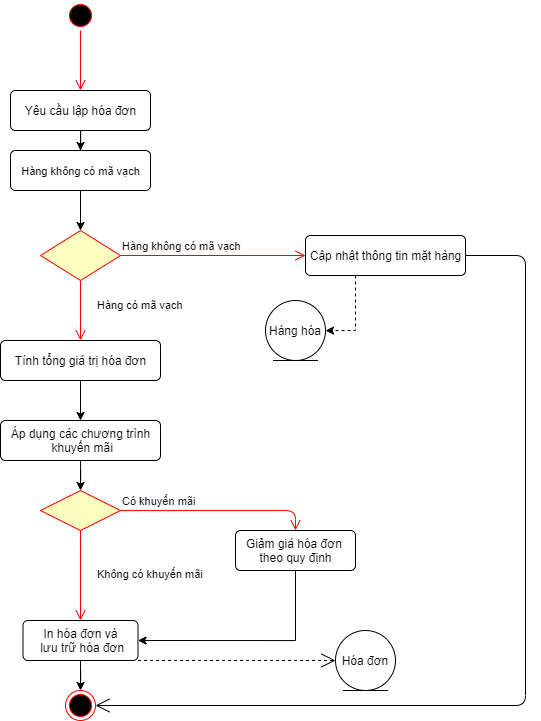
Above: Diagram/Activity/QL_HoaDon.png in TccKaiCi/PTTK_CuaHangGiay (draw.io), before the change. Source tidied: cells renumbered, new cells last; positions are measured from the earlier drawing's top-left corner, leaving out a move shared by most shapes.
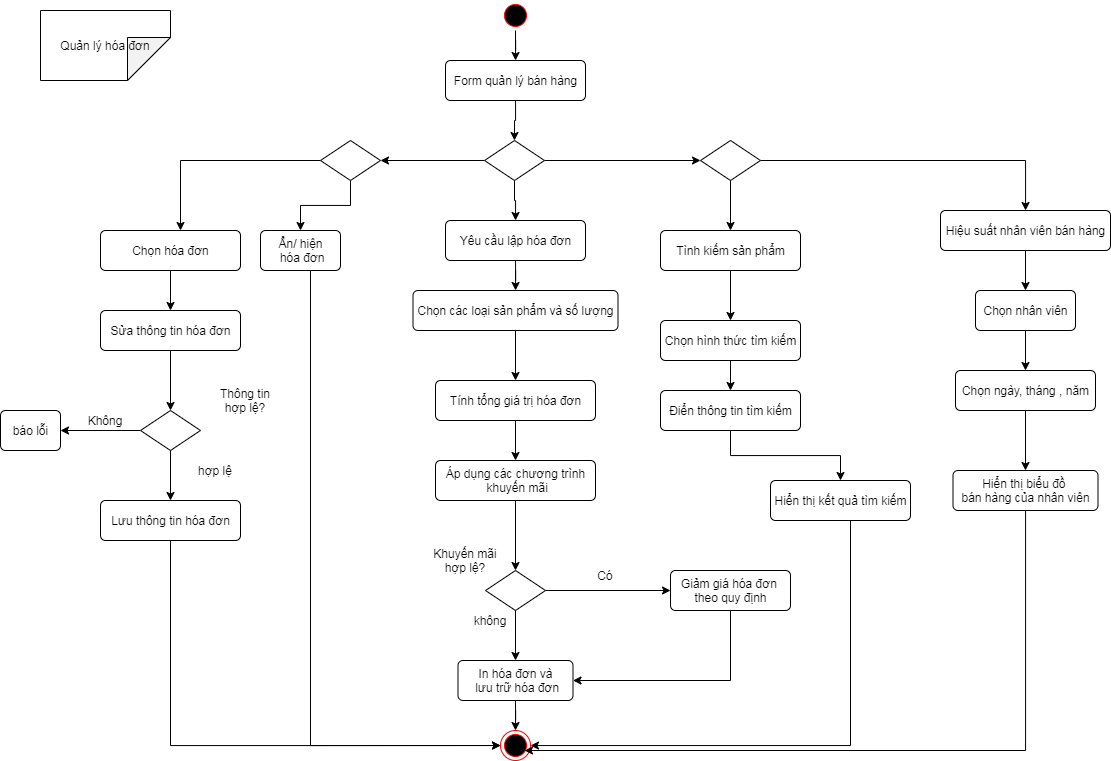
After the commit.

Change to the diagram source:
```diff
@@ -2,87 +2,36 @@
   <root>
     <mxCell id="0" />
     <mxCell id="1" parent="0" />
+    <mxCell id="29" style="edgeStyle=orthogonalEdgeStyle;rounded=0;jettySize=auto;html=1;" parent="1" edge="1" source="2" target="36">
+      <mxGeometry relative="1" as="geometry" />
+    </mxCell>
     <mxCell id="2" style="ellipse;html=1;shape=startState;fillColor=#000000;strokeColor=#ff0000;" parent="1" vertex="1">
-      <mxGeometry x="65" width="30" height="30" as="geometry" />
+      <mxGeometry x="65" y="-40" width="30" height="30" as="geometry" />
     </mxCell>
-    <mxCell id="3" style="edgeStyle=orthogonalEdgeStyle;html=1;verticalAlign=bottom;endArrow=open;endSize=8;strokeColor=#ff0000;" parent="1" edge="1" source="2" target="5">
-      <mxGeometry relative="1" as="geometry" />
-    </mxCell>
-    <mxCell id="4" style="edgeStyle=orthogonalEdgeStyle;rounded=0;jettySize=auto;html=1;entryX=0.5;entryY=0;entryDx=0;entryDy=0;" parent="1" edge="1" source="5" target="7">
-      <mxGeometry relative="1" as="geometry" />
-    </mxCell>
+    <mxCell id="30" style="edgeStyle=orthogonalEdgeStyle;rounded=0;jettySize=auto;html=1;" parent="1" edge="1" source="5" target="42">
+      <mxGeometry relative="1" as="geometry" />
+    </mxCell>
     <mxCell id="5" value="Yêu cầu lập hóa đơn" style="html=1;align=center;verticalAlign=middle;rounded=1;absoluteArcSize=1;arcSize=10;dashed=0;" parent="1" vertex="1">
-      <mxGeometry x="10" y="90" width="140" height="40" as="geometry" />
+      <mxGeometry x="10" y="180" width="140" height="40" as="geometry" />
     </mxCell>
-    <mxCell id="6" style="edgeStyle=orthogonalEdgeStyle;rounded=0;jettySize=auto;html=1;entryX=0.5;entryY=0;entryDx=0;entryDy=0;" parent="1" edge="1" source="7">
-      <mxGeometry relative="1" as="geometry">
-        <mxPoint x="80" y="230" as="targetPoint" />
-      </mxGeometry>
-    </mxCell>
-    <mxCell id="7" value="&#10;&#10;&lt;span style=&quot;color: rgb(0, 0, 0); font-family: helvetica; font-size: 11px; font-style: normal; font-weight: 400; letter-spacing: normal; text-align: left; text-indent: 0px; text-transform: none; word-spacing: 0px; background-color: rgb(255, 255, 255); display: inline; float: none;&quot;&gt;Hàng không có mã vạch&lt;/span&gt;&#10;&#10;" style="html=1;align=center;verticalAlign=middle;rounded=1;absoluteArcSize=1;arcSize=10;dashed=0;" parent="1" vertex="1">
-      <mxGeometry x="10" y="150" width="140" height="40" as="geometry" />
-    </mxCell>
     <mxCell id="8" style="edgeStyle=orthogonalEdgeStyle;rounded=0;jettySize=auto;html=1;labelBackgroundColor=#ffffff;exitX=0.5;exitY=1;exitDx=0;exitDy=0;" parent="1" edge="1" source="26" target="9">
       <mxGeometry relative="1" as="geometry" />
     </mxCell>
     <mxCell id="9" style="ellipse;html=1;shape=endState;fillColor=#000000;strokeColor=#ff0000;labelBackgroundColor=#ffffff;" parent="1" vertex="1">
       <mxGeometry x="65" y="690" width="30" height="30" as="geometry" />
     </mxCell>
-    <mxCell id="10" style="rhombus;whiteSpace=wrap;html=1;fillColor=#ffffc0;strokeColor=#ff0000;" parent="1" vertex="1">
-      <mxGeometry x="40" y="230" width="80" height="50" as="geometry" />
-    </mxCell>
-    <mxCell id="11" value="Hàng không có mã vạch" style="edgeStyle=orthogonalEdgeStyle;html=1;align=left;verticalAlign=bottom;endArrow=open;endSize=8;strokeColor=#ff0000;" parent="1" edge="1" source="10">
-      <mxGeometry x="-1" relative="1" as="geometry">
-        <mxPoint x="305" y="255" as="targetPoint" />
-      </mxGeometry>
-    </mxCell>
-    <mxCell id="12" value="Hàng&amp;nbsp;có mã vạch" style="edgeStyle=orthogonalEdgeStyle;html=1;align=left;verticalAlign=top;endArrow=open;endSize=8;strokeColor=#ff0000;entryX=0.5;entryY=0;entryDx=0;entryDy=0;" parent="1" edge="1" source="10" target="18">
-      <mxGeometry x="-0.6" y="15" relative="1" as="geometry" />
-    </mxCell>
-    <mxCell id="13" value="Cập nhật thông tin mặt hàng" style="html=1;align=center;verticalAlign=middle;rounded=1;absoluteArcSize=1;arcSize=10;dashed=0;" parent="1" vertex="1">
-      <mxGeometry x="305" y="235" width="160" height="40" as="geometry" />
-    </mxCell>
-    <mxCell id="14" style="edgeStyle=orthogonalEdgeStyle;rounded=0;jettySize=auto;html=1;dashed=1;" parent="1" edge="1" target="15">
-      <mxGeometry relative="1" as="geometry">
-        <mxPoint x="355" y="275" as="sourcePoint" />
-        <Array as="points">
-          <mxPoint x="355" y="290" />
-          <mxPoint x="355" y="290" />
-        </Array>
-      </mxGeometry>
-    </mxCell>
-    <mxCell id="15" value="Hàng hóa" style="ellipse;shape=umlEntity;whiteSpace=wrap;html=1;" parent="1" vertex="1">
-      <mxGeometry x="265" y="300" width="60" height="60" as="geometry" />
-    </mxCell>
-    <mxCell id="16" style="endArrow=open;endFill=1;endSize=12;html=1;exitX=1;exitY=0.5;exitDx=0;exitDy=0;entryX=1;entryY=0.5;entryDx=0;entryDy=0;" parent="1" edge="1" source="13" target="9">
-      <mxGeometry relative="1" as="geometry">
-        <Array as="points">
-          <mxPoint x="525" y="255" />
-          <mxPoint x="525" y="705" />
-        </Array>
-      </mxGeometry>
-    </mxCell>
     <mxCell id="17" style="edgeStyle=orthogonalEdgeStyle;rounded=0;jettySize=auto;html=1;" parent="1" edge="1" source="18" target="20">
       <mxGeometry relative="1" as="geometry" />
     </mxCell>
     <mxCell id="18" value="Tính tổng giá trị hóa đơn" style="html=1;align=center;verticalAlign=middle;rounded=1;absoluteArcSize=1;arcSize=10;dashed=0;" parent="1" vertex="1">
       <mxGeometry y="340" width="160" height="40" as="geometry" />
     </mxCell>
-    <mxCell id="19" style="edgeStyle=orthogonalEdgeStyle;rounded=0;jettySize=auto;html=1;entryX=0.5;entryY=0;entryDx=0;entryDy=0;" parent="1" edge="1" source="20" target="21">
-      <mxGeometry relative="1" as="geometry" />
-    </mxCell>
+    <mxCell id="31" style="edgeStyle=orthogonalEdgeStyle;rounded=0;jettySize=auto;html=1;" parent="1" edge="1" source="20" target="34">
+      <mxGeometry relative="1" as="geometry" />
+    </mxCell>
     <mxCell id="20" value="Áp dụng các chương trình&lt;br&gt;&amp;nbsp;khuyến mãi" style="html=1;align=center;verticalAlign=middle;rounded=1;absoluteArcSize=1;arcSize=10;dashed=0;" parent="1" vertex="1">
       <mxGeometry y="420" width="160" height="40" as="geometry" />
     </mxCell>
-    <mxCell id="21" style="rhombus;whiteSpace=wrap;html=1;fillColor=#ffffc0;strokeColor=#ff0000;" parent="1" vertex="1">
-      <mxGeometry x="40" y="490" width="80" height="40" as="geometry" />
-    </mxCell>
-    <mxCell id="22" value="Có khuyến mãi" style="edgeStyle=orthogonalEdgeStyle;html=1;align=left;verticalAlign=bottom;endArrow=open;endSize=8;strokeColor=#ff0000;entryX=0.5;entryY=0;entryDx=0;entryDy=0;" parent="1" edge="1" source="21" target="25">
-      <mxGeometry x="-1" relative="1" as="geometry" />
-    </mxCell>
-    <mxCell id="23" value="Không có khuyến mãi" style="edgeStyle=orthogonalEdgeStyle;html=1;align=left;verticalAlign=top;endArrow=open;endSize=8;strokeColor=#ff0000;entryX=0.5;entryY=0;entryDx=0;entryDy=0;" parent="1" edge="1" source="21" target="26">
-      <mxGeometry x="-0.33" y="15" relative="1" as="geometry" />
-    </mxCell>
     <mxCell id="24" style="edgeStyle=orthogonalEdgeStyle;rounded=0;jettySize=auto;html=1;entryX=1;entryY=0.5;entryDx=0;entryDy=0;exitX=0.5;exitY=1;exitDx=0;exitDy=0;" parent="1" edge="1" source="25" target="26">
       <mxGeometry relative="1" as="geometry" />
     </mxCell>
@@ -92,11 +41,179 @@
     <mxCell id="26" value="In hóa đơn và&lt;br&gt;&amp;nbsp;lưu trữ hóa đơn" style="html=1;align=center;verticalAlign=middle;rounded=1;absoluteArcSize=1;arcSize=10;dashed=0;" parent="1" vertex="1">
       <mxGeometry x="22.5" y="620" width="115" height="40" as="geometry" />
     </mxCell>
-    <mxCell id="27" value="Hóa đơn" style="ellipse;shape=umlEntity;whiteSpace=wrap;html=1;" parent="1" vertex="1">
-      <mxGeometry x="335" y="630" width="60" height="60" as="geometry" />
-    </mxCell>
-    <mxCell id="28" style="endArrow=open;endFill=1;endSize=12;html=1;exitX=1;exitY=1;exitDx=0;exitDy=0;dashed=1;" parent="1" edge="1" source="26" target="27">
-      <mxGeometry relative="1" as="geometry" />
-    </mxCell>
+    <mxCell id="32" style="edgeStyle=orthogonalEdgeStyle;rounded=0;jettySize=auto;html=1;" parent="1" edge="1" source="34" target="26">
+      <mxGeometry relative="1" as="geometry" />
+    </mxCell>
+    <mxCell id="33" style="edgeStyle=orthogonalEdgeStyle;rounded=0;jettySize=auto;html=1;" parent="1" edge="1" source="34" target="25">
+      <mxGeometry relative="1" as="geometry" />
+    </mxCell>
+    <mxCell id="34" style="rhombus;whiteSpace=wrap;html=1;" parent="1" vertex="1">
+      <mxGeometry x="50" y="530" width="60" height="40" as="geometry" />
+    </mxCell>
+    <mxCell id="35" style="edgeStyle=orthogonalEdgeStyle;rounded=0;jettySize=auto;html=1;" parent="1" edge="1" source="36" target="40">
+      <mxGeometry relative="1" as="geometry" />
+    </mxCell>
+    <mxCell id="36" value="Form quản lý bán hàng" style="html=1;align=center;verticalAlign=middle;rounded=1;absoluteArcSize=1;arcSize=10;dashed=0;" parent="1" vertex="1">
+      <mxGeometry x="10" y="20" width="140" height="40" as="geometry" />
+    </mxCell>
+    <mxCell id="37" style="edgeStyle=orthogonalEdgeStyle;rounded=0;jettySize=auto;html=1;" parent="1" edge="1" source="40" target="5">
+      <mxGeometry relative="1" as="geometry" />
+    </mxCell>
+    <mxCell id="38" style="edgeStyle=orthogonalEdgeStyle;rounded=0;jettySize=auto;html=1;entryX=1;entryY=0.5;entryDx=0;entryDy=0;" parent="1" edge="1" source="40" target="50">
+      <mxGeometry relative="1" as="geometry" />
+    </mxCell>
+    <mxCell id="39" style="edgeStyle=orthogonalEdgeStyle;rounded=0;jettySize=auto;html=1;" parent="1" edge="1" source="40" target="69">
+      <mxGeometry relative="1" as="geometry" />
+    </mxCell>
+    <mxCell id="40" style="rhombus;whiteSpace=wrap;html=1;" parent="1" vertex="1">
+      <mxGeometry x="49" y="100" width="60" height="40" as="geometry" />
+    </mxCell>
+    <mxCell id="41" style="edgeStyle=orthogonalEdgeStyle;rounded=0;jettySize=auto;html=1;" parent="1" edge="1" source="42" target="18">
+      <mxGeometry relative="1" as="geometry" />
+    </mxCell>
+    <mxCell id="42" value="Chọn các loại sản phẩm và số lượng" style="html=1;align=center;verticalAlign=middle;rounded=1;absoluteArcSize=1;arcSize=10;dashed=0;" parent="1" vertex="1">
+      <mxGeometry x="-22.5" y="250" width="205" height="40" as="geometry" />
+    </mxCell>
+    <mxCell id="43" value="Khuyến mãi hợp lệ?" style="text;html=1;strokeColor=none;fillColor=none;align=center;verticalAlign=middle;whiteSpace=wrap;rounded=0;" parent="1" vertex="1">
+      <mxGeometry x="-5" y="510" width="70" height="20" as="geometry" />
+    </mxCell>
+    <mxCell id="44" value="không" style="text;html=1;strokeColor=none;fillColor=none;align=center;verticalAlign=middle;whiteSpace=wrap;rounded=0;" parent="1" vertex="1">
+      <mxGeometry x="35" y="570" width="40" height="20" as="geometry" />
+    </mxCell>
+    <mxCell id="45" value="Có" style="text;html=1;strokeColor=none;fillColor=none;align=center;verticalAlign=middle;whiteSpace=wrap;rounded=0;" parent="1" vertex="1">
+      <mxGeometry x="150" y="525" width="40" height="20" as="geometry" />
+    </mxCell>
+    <mxCell id="46" style="edgeStyle=orthogonalEdgeStyle;rounded=0;jettySize=auto;html=1;entryX=0;entryY=0.5;entryDx=0;entryDy=0;" parent="1" edge="1" source="47" target="9">
+      <mxGeometry relative="1" as="geometry">
+        <Array as="points">
+          <mxPoint x="-125" y="705" />
+        </Array>
+      </mxGeometry>
+    </mxCell>
+    <mxCell id="47" value="Ẩn/ hiện&lt;br&gt;&amp;nbsp;hóa đơn" style="html=1;align=center;verticalAlign=middle;rounded=1;absoluteArcSize=1;arcSize=10;dashed=0;" parent="1" vertex="1">
+      <mxGeometry x="-175" y="190" width="80" height="40" as="geometry" />
+    </mxCell>
+    <mxCell id="48" style="edgeStyle=orthogonalEdgeStyle;rounded=0;jettySize=auto;html=1;" parent="1" edge="1" source="50" target="47">
+      <mxGeometry relative="1" as="geometry" />
+    </mxCell>
+    <mxCell id="49" style="edgeStyle=orthogonalEdgeStyle;rounded=0;jettySize=auto;html=1;" parent="1" edge="1" source="50">
+      <mxGeometry relative="1" as="geometry">
+        <mxPoint x="-255" y="190" as="targetPoint" />
+      </mxGeometry>
+    </mxCell>
+    <mxCell id="50" style="rhombus;whiteSpace=wrap;html=1;" parent="1" vertex="1">
+      <mxGeometry x="-115" y="100" width="60" height="40" as="geometry" />
+    </mxCell>
+    <mxCell id="51" style="edgeStyle=orthogonalEdgeStyle;rounded=0;jettySize=auto;html=1;" parent="1" edge="1" source="52" target="55">
+      <mxGeometry relative="1" as="geometry" />
+    </mxCell>
+    <mxCell id="52" value="Chọn hóa đơn" style="html=1;align=center;verticalAlign=middle;rounded=1;absoluteArcSize=1;arcSize=10;dashed=0;" parent="1" vertex="1">
+      <mxGeometry x="-335" y="190" width="140" height="40" as="geometry" />
+    </mxCell>
+    <mxCell id="53" value="Quản lý hóa đơn" style="shape=note;whiteSpace=wrap;html=1;backgroundOutline=1;darkOpacity=0.05;rotation=0;direction=south;size=43;" parent="1" vertex="1">
+      <mxGeometry x="-395" y="-30" width="130" height="70" as="geometry" />
+    </mxCell>
+    <mxCell id="54" style="edgeStyle=orthogonalEdgeStyle;rounded=0;jettySize=auto;html=1;" parent="1" edge="1" source="55" target="59">
+      <mxGeometry relative="1" as="geometry" />
+    </mxCell>
+    <mxCell id="55" value="Sửa thông tin hóa đơn" style="html=1;align=center;verticalAlign=middle;rounded=1;absoluteArcSize=1;arcSize=10;dashed=0;" parent="1" vertex="1">
+      <mxGeometry x="-335" y="270" width="140" height="40" as="geometry" />
+    </mxCell>
+    <mxCell id="56" value="báo lỗi" style="html=1;align=center;verticalAlign=middle;rounded=1;absoluteArcSize=1;arcSize=10;dashed=0;" parent="1" vertex="1">
+      <mxGeometry x="-435" y="370" width="60" height="40" as="geometry" />
+    </mxCell>
+    <mxCell id="57" style="edgeStyle=orthogonalEdgeStyle;rounded=0;jettySize=auto;html=1;" parent="1" edge="1" source="59" target="56">
+      <mxGeometry relative="1" as="geometry" />
+    </mxCell>
+    <mxCell id="58" style="edgeStyle=orthogonalEdgeStyle;rounded=0;jettySize=auto;html=1;" parent="1" edge="1" source="59" target="64">
+      <mxGeometry relative="1" as="geometry" />
+    </mxCell>
+    <mxCell id="59" style="rhombus;whiteSpace=wrap;html=1;" parent="1" vertex="1">
+      <mxGeometry x="-295" y="370" width="60" height="40" as="geometry" />
+    </mxCell>
+    <mxCell id="60" value="Thông tin hợp lệ?" style="text;html=1;strokeColor=none;fillColor=none;align=center;verticalAlign=middle;whiteSpace=wrap;rounded=0;" parent="1" vertex="1">
+      <mxGeometry x="-225" y="350" width="70" height="20" as="geometry" />
+    </mxCell>
+    <mxCell id="61" value="Không" style="text;html=1;strokeColor=none;fillColor=none;align=center;verticalAlign=middle;whiteSpace=wrap;rounded=0;" parent="1" vertex="1">
+      <mxGeometry x="-365" y="370" width="70" height="20" as="geometry" />
+    </mxCell>
+    <mxCell id="62" value="hợp lệ" style="text;html=1;strokeColor=none;fillColor=none;align=center;verticalAlign=middle;whiteSpace=wrap;rounded=0;" parent="1" vertex="1">
+      <mxGeometry x="-255" y="420" width="70" height="20" as="geometry" />
+    </mxCell>
+    <mxCell id="63" style="edgeStyle=orthogonalEdgeStyle;rounded=0;jettySize=auto;html=1;" parent="1" edge="1" source="64" target="9">
+      <mxGeometry relative="1" as="geometry">
+        <Array as="points">
+          <mxPoint x="-265" y="705" />
+        </Array>
+      </mxGeometry>
+    </mxCell>
+    <mxCell id="64" value="Lưu thông tin hóa đơn" style="html=1;align=center;verticalAlign=middle;rounded=1;absoluteArcSize=1;arcSize=10;dashed=0;" parent="1" vertex="1">
+      <mxGeometry x="-335" y="460" width="140" height="40" as="geometry" />
+    </mxCell>
+    <mxCell id="65" style="edgeStyle=orthogonalEdgeStyle;rounded=0;jettySize=auto;html=1;" parent="1" edge="1" source="66" target="79">
+      <mxGeometry relative="1" as="geometry" />
+    </mxCell>
+    <mxCell id="66" value="Tình kiếm sản phẩm" style="html=1;align=center;verticalAlign=middle;rounded=1;absoluteArcSize=1;arcSize=10;dashed=0;" parent="1" vertex="1">
+      <mxGeometry x="225" y="190" width="140" height="40" as="geometry" />
+    </mxCell>
+    <mxCell id="67" style="edgeStyle=orthogonalEdgeStyle;rounded=0;jettySize=auto;html=1;" parent="1" edge="1" source="69" target="66">
+      <mxGeometry relative="1" as="geometry" />
+    </mxCell>
+    <mxCell id="68" style="edgeStyle=orthogonalEdgeStyle;rounded=0;jettySize=auto;html=1;" parent="1" edge="1" source="69" target="71">
+      <mxGeometry relative="1" as="geometry" />
+    </mxCell>
+    <mxCell id="69" style="rhombus;whiteSpace=wrap;html=1;" parent="1" vertex="1">
+      <mxGeometry x="265" y="100" width="60" height="40" as="geometry" />
+    </mxCell>
+    <mxCell id="70" style="edgeStyle=orthogonalEdgeStyle;rounded=0;jettySize=auto;html=1;" parent="1" edge="1" source="71" target="73">
+      <mxGeometry relative="1" as="geometry" />
+    </mxCell>
+    <mxCell id="71" value="Hiệu suất nhân viên bán hàng" style="html=1;align=center;verticalAlign=middle;rounded=1;absoluteArcSize=1;arcSize=10;dashed=0;" parent="1" vertex="1">
+      <mxGeometry x="505" y="170" width="170" height="40" as="geometry" />
+    </mxCell>
+    <mxCell id="72" style="edgeStyle=orthogonalEdgeStyle;rounded=0;jettySize=auto;html=1;" parent="1" edge="1" source="73" target="75">
+      <mxGeometry relative="1" as="geometry" />
+    </mxCell>
+    <mxCell id="73" value="Chọn nhân viên" style="html=1;align=center;verticalAlign=middle;rounded=1;absoluteArcSize=1;arcSize=10;dashed=0;" parent="1" vertex="1">
+      <mxGeometry x="540" y="250" width="100" height="40" as="geometry" />
+    </mxCell>
+    <mxCell id="74" style="edgeStyle=orthogonalEdgeStyle;rounded=0;jettySize=auto;html=1;" parent="1" edge="1" source="75" target="77">
+      <mxGeometry relative="1" as="geometry" />
+    </mxCell>
+    <mxCell id="75" value="Chọn ngày, tháng , năm" style="html=1;align=center;verticalAlign=middle;rounded=1;absoluteArcSize=1;arcSize=10;dashed=0;" parent="1" vertex="1">
+      <mxGeometry x="520" y="330" width="140" height="40" as="geometry" />
+    </mxCell>
+    <mxCell id="76" style="edgeStyle=orthogonalEdgeStyle;rounded=0;jettySize=auto;html=1;entryX=0.8;entryY=0.667;entryDx=0;entryDy=0;entryPerimeter=0;" parent="1" edge="1" source="77" target="9">
+      <mxGeometry relative="1" as="geometry">
+        <Array as="points">
+          <mxPoint x="590" y="710" />
+        </Array>
+      </mxGeometry>
+    </mxCell>
+    <mxCell id="77" value="Hiển thị biểu đồ &lt;br&gt;bán hàng của nhân viên" style="html=1;align=center;verticalAlign=middle;rounded=1;absoluteArcSize=1;arcSize=10;dashed=0;" parent="1" vertex="1">
+      <mxGeometry x="517.5" y="430" width="145" height="40" as="geometry" />
+    </mxCell>
+    <mxCell id="78" style="edgeStyle=orthogonalEdgeStyle;rounded=0;jettySize=auto;html=1;" parent="1" edge="1" source="79" target="81">
+      <mxGeometry relative="1" as="geometry" />
+    </mxCell>
+    <mxCell id="79" value="Chọn hình thức tìm kiếm" style="html=1;align=center;verticalAlign=middle;rounded=1;absoluteArcSize=1;arcSize=10;dashed=0;" parent="1" vertex="1">
+      <mxGeometry x="225" y="280" width="140" height="40" as="geometry" />
+    </mxCell>
+    <mxCell id="80" style="edgeStyle=orthogonalEdgeStyle;rounded=0;jettySize=auto;html=1;" parent="1" edge="1" source="81" target="83">
+      <mxGeometry relative="1" as="geometry" />
+    </mxCell>
+    <mxCell id="81" value="Điển thông tin tìm kiếm" style="html=1;align=center;verticalAlign=middle;rounded=1;absoluteArcSize=1;arcSize=10;dashed=0;" parent="1" vertex="1">
+      <mxGeometry x="225" y="350" width="140" height="40" as="geometry" />
+    </mxCell>
+    <mxCell id="82" style="edgeStyle=orthogonalEdgeStyle;rounded=0;jettySize=auto;html=1;" parent="1" edge="1" source="83" target="9">
+      <mxGeometry relative="1" as="geometry">
+        <Array as="points">
+          <mxPoint x="415" y="705" />
+        </Array>
+      </mxGeometry>
+    </mxCell>
+    <mxCell id="83" value="Hiển thị kết quả tìm kiếm" style="html=1;align=center;verticalAlign=middle;rounded=1;absoluteArcSize=1;arcSize=10;dashed=0;" parent="1" vertex="1">
+      <mxGeometry x="335" y="440" width="140" height="40" as="geometry" />
+    </mxCell>
   </root>
 </mxGraphModel>
```
